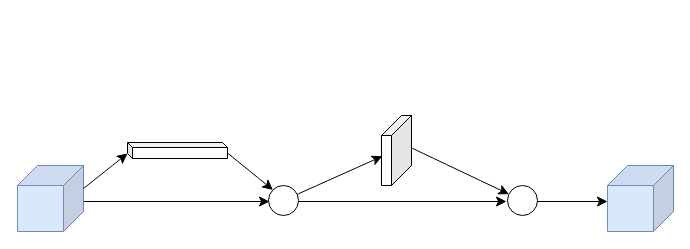
Above: DrawIO_file/流程图/CBAM注意力机制.drawio in DingDongZz/typera_PicGO (draw.io), before the change. Source tidied: cells renumbered, new cells numbered last; positions are measured from the earlier drawing's top-left corner, leaving out a move shared by most shapes. Both pictures are drawn from the tidied source at 100%, with x=0, y=0 at pixel (17, 115).
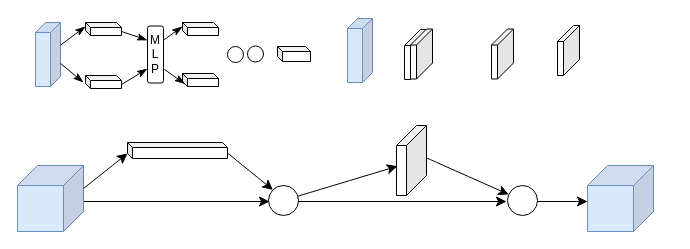
Above is the later version.

Commit message (it also covers changes not shown here):
更新CBAM注意力机制.drawio

What changed in the source:
```diff
@@
     <mxCell id="4" style="shape=cube;whiteSpace=wrap;html=1;boundedLbl=1;backgroundOutline=1;darkOpacity=0.05;darkOpacity2=0.1;flipH=1;fillColor=#dae8fc;strokeColor=#6c8ebf;size=20;" parent="1" vertex="1">
-      <mxGeometry x="590" y="50" width="66" height="66" as="geometry" />
+      <mxGeometry x="570" y="50" width="66" height="66" as="geometry" />
     </mxCell>
@@
-    <mxCell id="8" style="rounded=0;orthogonalLoop=1;jettySize=auto;html=1;entryX=0;entryY=0;entryDx=66;entryDy=43;fontSize=12;startSize=8;endSize=8;entryPerimeter=0;" parent="1" edge="1">
+    <mxCell id="8" style="rounded=0;orthogonalLoop=1;jettySize=auto;html=1;fontSize=12;startSize=8;endSize=8;" parent="1" edge="1">
       <mxGeometry relative="1" as="geometry">
         <mxPoint x="520" y="86" as="sourcePoint" />
-        <mxPoint x="590" y="86" as="targetPoint" />
+        <mxPoint x="570" y="86" as="targetPoint" />
       </mxGeometry>
     </mxCell>
@@
     <mxCell id="12" style="shape=cube;whiteSpace=wrap;html=1;boundedLbl=1;backgroundOutline=1;darkOpacity=0.05;darkOpacity2=0.1;size=20;flipV=0;flipH=1;" parent="1" vertex="1">
-      <mxGeometry x="364" width="30" height="70" as="geometry" />
+      <mxGeometry x="379" y="10" width="30" height="70" as="geometry" />
     </mxCell>
@@
+    <mxCell id="15" style="shape=cube;whiteSpace=wrap;html=1;boundedLbl=1;backgroundOutline=1;darkOpacity=0.05;darkOpacity2=0.1;flipH=1;fillColor=#dae8fc;strokeColor=#6c8ebf;size=10;" parent="1" vertex="1">
+      <mxGeometry x="18" y="-93" width="25" height="64" as="geometry" />
+    </mxCell>
+    <mxCell id="16" style="shape=cube;whiteSpace=wrap;html=1;boundedLbl=1;backgroundOutline=1;darkOpacity=0.05;darkOpacity2=0.1;size=5;" parent="1" vertex="1">
+      <mxGeometry x="260" y="-69" width="33" height="15" as="geometry" />
+    </mxCell>
+    <mxCell id="17" style="edgeStyle=none;curved=1;rounded=0;jettySize=auto;html=1;entryX=0;entryY=0.25;entryDx=0;entryDy=0;fontSize=12;startSize=8;endSize=8;exitX=0;exitY=0;exitDx=36;exitDy=9;exitPerimeter=0;endArrow=classicThin;endFill=1;" parent="1" edge="1" source="18" target="21">
+      <mxGeometry relative="1" as="geometry" />
+    </mxCell>
+    <mxCell id="18" style="shape=cube;whiteSpace=wrap;html=1;boundedLbl=1;backgroundOutline=1;darkOpacity=0.05;darkOpacity2=0.1;size=5;" parent="1" vertex="1">
+      <mxGeometry x="68" y="-93" width="36" height="13" as="geometry" />
+    </mxCell>
+    <mxCell id="19" style="edgeStyle=none;curved=1;rounded=0;jettySize=auto;html=1;entryX=0;entryY=0.75;entryDx=0;entryDy=0;fontSize=12;startSize=8;endSize=8;exitX=0;exitY=0;exitDx=36;exitDy=9;exitPerimeter=0;endArrow=classicThin;endFill=1;" parent="1" edge="1" source="20" target="21">
+      <mxGeometry relative="1" as="geometry" />
+    </mxCell>
+    <mxCell id="20" style="shape=cube;whiteSpace=wrap;html=1;boundedLbl=1;backgroundOutline=1;darkOpacity=0.05;darkOpacity2=0.1;size=5;" parent="1" vertex="1">
+      <mxGeometry x="68" y="-40" width="36" height="13" as="geometry" />
+    </mxCell>
+    <mxCell id="21" value="M&lt;div&gt;L&lt;/div&gt;&lt;div&gt;P&lt;/div&gt;" style="rounded=1;whiteSpace=wrap;html=1;" parent="1" vertex="1">
+      <mxGeometry x="130" y="-89.5" width="16" height="57" as="geometry" />
+    </mxCell>
+    <mxCell id="22" style="shape=cube;whiteSpace=wrap;html=1;boundedLbl=1;backgroundOutline=1;darkOpacity=0.05;darkOpacity2=0.1;size=5;" parent="1" vertex="1">
+      <mxGeometry x="165" y="-93" width="36" height="13" as="geometry" />
+    </mxCell>
+    <mxCell id="23" style="shape=cube;whiteSpace=wrap;html=1;boundedLbl=1;backgroundOutline=1;darkOpacity=0.05;darkOpacity2=0.1;size=5;" parent="1" vertex="1">
+      <mxGeometry x="165" y="-42" width="36" height="13" as="geometry" />
+    </mxCell>
+    <mxCell id="24" style="shape=cube;whiteSpace=wrap;html=1;boundedLbl=1;backgroundOutline=1;darkOpacity=0.05;darkOpacity2=0.1;flipH=1;fillColor=#dae8fc;strokeColor=#6c8ebf;size=10;" parent="1" vertex="1">
+      <mxGeometry x="330" y="-97" width="25" height="64" as="geometry" />
+    </mxCell>
+    <mxCell id="25" style="ellipse;whiteSpace=wrap;html=1;" parent="1" vertex="1">
+      <mxGeometry x="210" y="-69" width="16" height="16" as="geometry" />
+    </mxCell>
+    <mxCell id="26" style="ellipse;whiteSpace=wrap;html=1;" parent="1" vertex="1">
+      <mxGeometry x="230" y="-69.5" width="16" height="16" as="geometry" />
+    </mxCell>
+    <mxCell id="27" style="rounded=0;jettySize=auto;html=1;fontSize=12;startSize=8;endSize=8;entryX=0;entryY=0;entryDx=0;entryDy=4;entryPerimeter=0;endArrow=classicThin;endFill=1;" parent="1" edge="1" source="15" target="18">
+      <mxGeometry relative="1" as="geometry" />
+    </mxCell>
+    <mxCell id="28" style="rounded=0;jettySize=auto;html=1;fontSize=12;startSize=8;endSize=8;entryX=0;entryY=0;entryDx=0;entryDy=4;entryPerimeter=0;endArrow=classicThin;endFill=1;exitX=0;exitY=0.639;exitDx=0;exitDy=0;exitPerimeter=0;" parent="1" edge="1" source="15">
+      <mxGeometry relative="1" as="geometry">
+        <mxPoint x="66" y="-33" as="targetPoint" />
+      </mxGeometry>
+    </mxCell>
+    <mxCell id="29" style="edgeStyle=none;curved=1;rounded=0;jettySize=auto;html=1;entryX=0;entryY=0;entryDx=0;entryDy=4;fontSize=12;startSize=8;endSize=8;exitX=1;exitY=0.25;exitDx=0;exitDy=0;endArrow=classicThin;endFill=1;entryPerimeter=0;" parent="1" edge="1" source="21" target="22">
+      <mxGeometry relative="1" as="geometry" />
+    </mxCell>
+    <mxCell id="30" style="edgeStyle=none;curved=1;rounded=0;jettySize=auto;html=1;entryX=0;entryY=0;entryDx=2.5;entryDy=10.5;fontSize=12;startSize=8;endSize=8;exitX=1;exitY=0.75;exitDx=0;exitDy=0;endArrow=classicThin;endFill=1;entryPerimeter=0;" parent="1" edge="1" source="21" target="23">
+      <mxGeometry relative="1" as="geometry" />
+    </mxCell>
+    <mxCell id="31" style="shape=cube;whiteSpace=wrap;html=1;boundedLbl=1;backgroundOutline=1;darkOpacity=0.05;darkOpacity2=0.1;size=16;flipV=0;flipH=1;" parent="1" vertex="1">
+      <mxGeometry x="540" y="-90" width="22" height="50" as="geometry" />
+    </mxCell>
+    <mxCell id="32" style="group;" parent="1" vertex="1">
+      <mxGeometry x="387" y="-86.5" width="109" height="50.5" as="geometry" />
+    </mxCell>
+    <mxCell id="33" style="shape=cube;whiteSpace=wrap;html=1;boundedLbl=1;backgroundOutline=1;darkOpacity=0.05;darkOpacity2=0.1;size=16;flipV=0;flipH=1;" parent="32" vertex="1">
+      <mxGeometry y="0.5" width="22" height="50" as="geometry" />
+    </mxCell>
+    <mxCell id="34" style="shape=cube;whiteSpace=wrap;html=1;boundedLbl=1;backgroundOutline=1;darkOpacity=0.05;darkOpacity2=0.1;size=16;flipV=0;flipH=1;" parent="32" vertex="1">
+      <mxGeometry x="6" width="22" height="50" as="geometry" />
+    </mxCell>
+    <mxCell id="35" style="shape=cube;whiteSpace=wrap;html=1;boundedLbl=1;backgroundOutline=1;darkOpacity=0.05;darkOpacity2=0.1;size=16;flipV=0;flipH=1;" parent="32" vertex="1">
+      <mxGeometry x="87" width="22" height="50" as="geometry" />
+    </mxCell>
```
